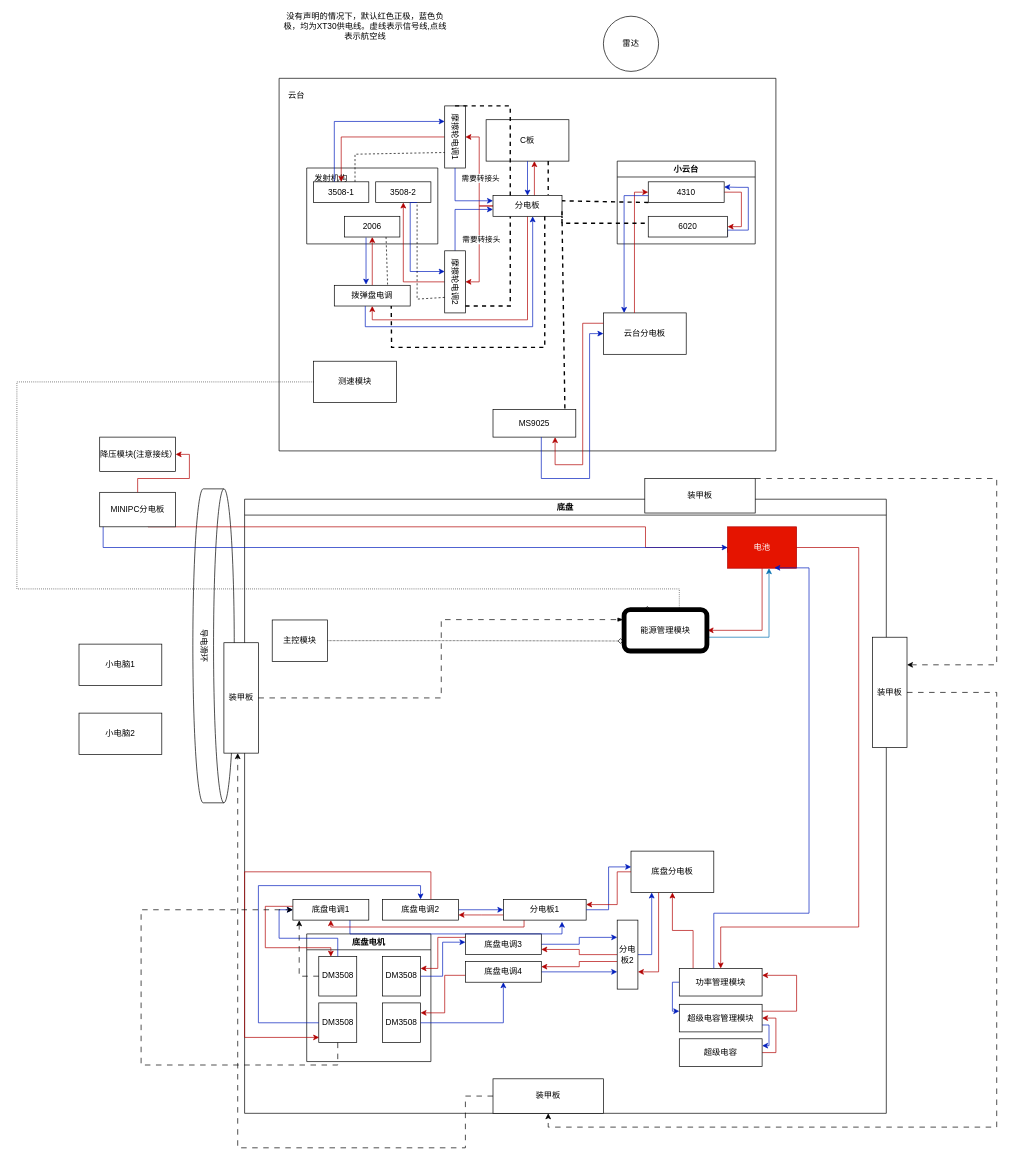
Above: 步兵接线图.drawio in moment-NEW/HDU_basic_framework (draw.io), before the change. Source tidied: cells renumbered, new cells numbered last; positions are measured from the earlier drawing's top-left corner, leaving out a move shared by most shapes. Both pictures are drawn from the tidied source at 69%, with x=0, y=0 at pixel (17, 16).
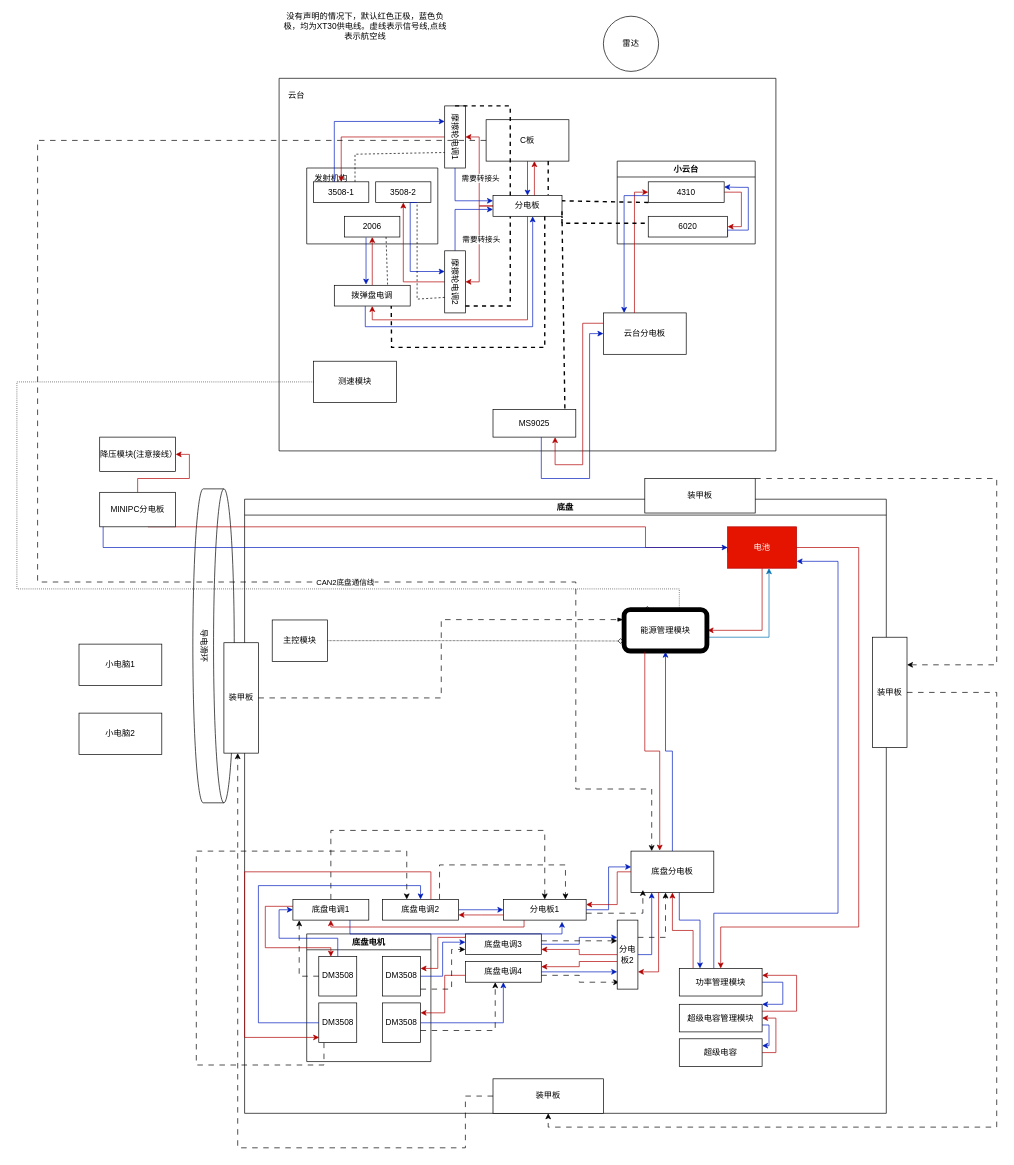
Above is the later version.

Commit message (it also covers changes not shown here):
更新步兵接线图.drawio

The change refers to these unchanged cells:
```xml
<mxCell id="5" value="C板" style="whiteSpace=wrap;html=1;" parent="3" vertex="1">
  <mxGeometry x="300" y="60" width="120" height="60" as="geometry" />
</mxCell>
<mxCell id="53" value="底盘" style="swimlane;whiteSpace=wrap;html=1;" parent="1" vertex="1">
  <mxGeometry x="330" y="700" width="930" height="890" as="geometry" />
</mxCell>
<mxCell id="56" value="电池" style="whiteSpace=wrap;html=1;fillColor=#e51400;fontColor=#ffffff;strokeColor=#B20000;" parent="53" vertex="1">
  <mxGeometry x="700" y="40" width="100" height="60" as="geometry" />
</mxCell>
<mxCell id="59" value="能源管理模块" style="rounded=1;whiteSpace=wrap;html=1;glass=0;strokeWidth=7;perimeterSpacing=1;" parent="53" vertex="1">
  <mxGeometry x="550" y="160" width="120" height="60" as="geometry" />
</mxCell>
<mxCell id="66" value="底盘分电板" style="whiteSpace=wrap;html=1;" parent="53" vertex="1">
  <mxGeometry x="560" y="510" width="120" height="60" as="geometry" />
</mxCell>
<mxCell id="72" value="DM3508" style="whiteSpace=wrap;html=1;" parent="70" vertex="1">
  <mxGeometry x="110" y="32.5" width="55" height="57.5" as="geometry" />
</mxCell>
<mxCell id="73" value="DM3508" style="whiteSpace=wrap;html=1;" parent="70" vertex="1">
  <mxGeometry x="17.5" y="100" width="55" height="57.5" as="geometry" />
</mxCell>
<mxCell id="74" value="DM3508" style="whiteSpace=wrap;html=1;" parent="70" vertex="1">
  <mxGeometry x="110" y="100" width="55" height="57.5" as="geometry" />
</mxCell>
<mxCell id="78" value="底盘电调4" style="whiteSpace=wrap;html=1;" parent="1" vertex="1">
  <mxGeometry x="650" y="1370" width="110" height="30" as="geometry" />
</mxCell>
<mxCell id="81" value="底盘电调3" style="whiteSpace=wrap;html=1;" parent="1" vertex="1">
  <mxGeometry x="650" y="1330" width="110" height="30" as="geometry" />
</mxCell>
<mxCell id="84" value="底盘电调1" style="whiteSpace=wrap;html=1;" parent="1" vertex="1">
  <mxGeometry x="400" y="1280" width="110" height="30" as="geometry" />
</mxCell>
<mxCell id="87" value="底盘电调2" style="whiteSpace=wrap;html=1;" parent="1" vertex="1">
  <mxGeometry x="530" y="1280" width="110" height="30" as="geometry" />
</mxCell>
<mxCell id="92" value="分电板2" style="whiteSpace=wrap;html=1;" parent="1" vertex="1">
  <mxGeometry x="870" y="1310" width="30" height="100" as="geometry" />
</mxCell>
<mxCell id="98" value="分电板1" style="whiteSpace=wrap;html=1;" parent="1" vertex="1">
  <mxGeometry x="705" y="1280" width="120" height="30" as="geometry" />
</mxCell>
<mxCell id="104" value="超级电容管理模块" style="whiteSpace=wrap;html=1;" parent="1" vertex="1">
  <mxGeometry x="960" y="1432" width="120" height="40" as="geometry" />
</mxCell>
<mxCell id="107" value="功率管理模块" style="rounded=0;whiteSpace=wrap;html=1;" parent="1" vertex="1">
  <mxGeometry x="960" y="1380" width="120" height="40" as="geometry" />
</mxCell>
```

Diff of the diagram source:
```diff
@@
+    <mxCell id="122" style="edgeStyle=orthogonalEdgeStyle;rounded=0;jettySize=auto;html=1;entryX=0.5;entryY=1;entryDx=0;entryDy=0;fillColor=#0050ef;strokeColor=#001DBC;" parent="53" edge="1" source="66" target="59">
+      <mxGeometry relative="1" as="geometry" />
+    </mxCell>
@@
+    <mxCell id="117" style="edgeStyle=orthogonalEdgeStyle;rounded=0;orthogonalLoop=1;jettySize=auto;html=1;entryX=0.5;entryY=0;entryDx=0;entryDy=0;dashed=1;dashPattern=8 8;" parent="53" edge="1">
+      <mxGeometry relative="1" as="geometry">
+        <mxPoint x="115" y="787.5" as="sourcePoint" />
+        <mxPoint x="235" y="580" as="targetPoint" />
+        <Array as="points">
+          <mxPoint x="115" y="820" />
+          <mxPoint x="-70" y="820" />
+          <mxPoint x="-70" y="510" />
+          <mxPoint x="235" y="510" />
+        </Array>
+      </mxGeometry>
+    </mxCell>
+    <mxCell id="123" style="edgeStyle=orthogonalEdgeStyle;rounded=0;jettySize=auto;html=1;entryX=0.347;entryY=-0.012;entryDx=0;entryDy=0;entryPerimeter=0;fillColor=#e51400;strokeColor=#B20000;" parent="53" edge="1" source="59" target="66">
+      <mxGeometry relative="1" as="geometry">
+        <Array as="points">
+          <mxPoint x="580" y="365" />
+          <mxPoint x="602" y="365" />
+        </Array>
+      </mxGeometry>
+    </mxCell>
@@
+    <mxCell id="124" style="edgeStyle=orthogonalEdgeStyle;rounded=0;jettySize=auto;html=1;entryX=0.096;entryY=0.9;entryDx=0;entryDy=0;entryPerimeter=0;dashed=1;dashPattern=8 8;" parent="1" edge="1" source="78" target="92">
+      <mxGeometry relative="1" as="geometry">
+        <Array as="points">
+          <mxPoint x="815" y="1390" />
+          <mxPoint x="815" y="1400" />
+        </Array>
+      </mxGeometry>
+    </mxCell>
@@
+    <mxCell id="125" style="edgeStyle=orthogonalEdgeStyle;rounded=0;jettySize=auto;html=1;entryX=0.5;entryY=0;entryDx=0;entryDy=0;exitX=0.5;exitY=0;exitDx=0;exitDy=0;dashed=1;dashPattern=8 8;" parent="1" edge="1" source="84" target="98">
+      <mxGeometry relative="1" as="geometry">
+        <Array as="points">
+          <mxPoint x="455" y="1180" />
+          <mxPoint x="765" y="1180" />
+        </Array>
+      </mxGeometry>
+    </mxCell>
@@
+    <mxCell id="126" style="edgeStyle=orthogonalEdgeStyle;rounded=0;jettySize=auto;html=1;entryX=0.75;entryY=0;entryDx=0;entryDy=0;exitX=0.75;exitY=0;exitDx=0;exitDy=0;dashed=1;dashPattern=8 8;" parent="1" edge="1" source="87" target="98">
+      <mxGeometry relative="1" as="geometry">
+        <Array as="points">
+          <mxPoint x="612" y="1230" />
+          <mxPoint x="795" y="1230" />
+        </Array>
+      </mxGeometry>
+    </mxCell>
@@
+    <mxCell id="106" style="edgeStyle=orthogonalEdgeStyle;rounded=0;jettySize=auto;html=1;entryX=0.5;entryY=1;entryDx=0;entryDy=0;fillColor=#e51400;strokeColor=#B20000;" parent="1" edge="1" source="107" target="66">
+      <mxGeometry relative="1" as="geometry">
+        <Array as="points">
+          <mxPoint x="980" y="1325" />
+          <mxPoint x="950" y="1325" />
+        </Array>
+      </mxGeometry>
+    </mxCell>
-    <mxCell id="105" style="edgeStyle=orthogonalEdgeStyle;rounded=0;jettySize=auto;html=1;entryX=0;entryY=0.25;entryDx=0;entryDy=0;fillColor=#0050ef;strokeColor=#001DBC;" parent="1" edge="1" source="107" target="104">
+    <mxCell id="105" style="edgeStyle=orthogonalEdgeStyle;rounded=0;jettySize=auto;html=1;entryX=1;entryY=0;entryDx=0;entryDy=0;exitX=1;exitY=0.5;exitDx=0;exitDy=0;fillColor=#0050ef;strokeColor=#001DBC;" parent="1" edge="1" source="107" target="104">
       <mxGeometry relative="1" as="geometry">
         <Array as="points">
-          <mxPoint x="950" y="1400" />
-          <mxPoint x="950" y="1442" />
+          <mxPoint x="1110" y="1400" />
+          <mxPoint x="1110" y="1432" />
         </Array>
       </mxGeometry>
     </mxCell>
-    <mxCell id="106" style="edgeStyle=orthogonalEdgeStyle;rounded=0;jettySize=auto;html=1;entryX=0.5;entryY=1;entryDx=0;entryDy=0;fillColor=#e51400;strokeColor=#B20000;" parent="1" edge="1" source="107" target="66">
-      <mxGeometry relative="1" as="geometry">
-        <Array as="points">
-          <mxPoint x="980" y="1325" />
-          <mxPoint x="950" y="1325" />
-        </Array>
-      </mxGeometry>
-    </mxCell>
@@
-    <mxCell id="111" style="edgeStyle=orthogonalEdgeStyle;rounded=0;jettySize=auto;html=1;entryX=0.677;entryY=0.991;entryDx=0;entryDy=0;entryPerimeter=0;fillColor=#0050ef;strokeColor=#001DBC;" parent="1" edge="1" source="107" target="56">
+    <mxCell id="111" style="edgeStyle=orthogonalEdgeStyle;rounded=0;jettySize=auto;html=1;fillColor=#0050ef;strokeColor=#001DBC;" parent="1" edge="1" source="107">
       <mxGeometry relative="1" as="geometry">
+        <mxPoint x="1130" y="790" as="targetPoint" />
         <Array as="points">
           <mxPoint x="1010" y="1300" />
-          <mxPoint x="1148" y="1300" />
+          <mxPoint x="1190" y="1300" />
+          <mxPoint x="1190" y="790" />
+          <mxPoint x="1130" y="790" />
         </Array>
       </mxGeometry>
     </mxCell>
@@
-    <mxCell id="117" style="edgeStyle=orthogonalEdgeStyle;rounded=0;jettySize=auto;html=1;entryX=0;entryY=0.5;entryDx=0;entryDy=0;dashed=1;dashPattern=8 8;" parent="1" edge="1" source="73" target="84">
-      <mxGeometry relative="1" as="geometry">
-        <Array as="points">
-          <mxPoint x="465" y="1520" />
-          <mxPoint x="180" y="1520" />
-          <mxPoint x="180" y="1295" />
-        </Array>
-      </mxGeometry>
-    </mxCell>
@@
+    <mxCell id="127" style="edgeStyle=orthogonalEdgeStyle;rounded=0;jettySize=auto;html=1;fillColor=#0050ef;strokeColor=#001DBC;" parent="1" edge="1" source="66">
+      <mxGeometry relative="1" as="geometry">
+        <mxPoint x="990" y="1380" as="targetPoint" />
+        <Array as="points">
+          <mxPoint x="960" y="1310" />
+          <mxPoint x="990" y="1310" />
+        </Array>
+      </mxGeometry>
+    </mxCell>
+    <mxCell id="128" style="edgeStyle=orthogonalEdgeStyle;rounded=0;jettySize=auto;html=1;entryX=0;entryY=0.75;entryDx=0;entryDy=0;dashed=1;dashPattern=8 8;" parent="1" edge="1" source="72" target="81">
+      <mxGeometry relative="1" as="geometry">
+        <Array as="points">
+          <mxPoint x="630" y="1410" />
+          <mxPoint x="630" y="1352" />
+        </Array>
+      </mxGeometry>
+    </mxCell>
+    <mxCell id="129" style="edgeStyle=orthogonalEdgeStyle;rounded=0;jettySize=auto;html=1;entryX=0.393;entryY=1;entryDx=0;entryDy=0;entryPerimeter=0;dashed=1;dashPattern=8 8;" parent="1" edge="1" source="74" target="78">
+      <mxGeometry relative="1" as="geometry">
+        <Array as="points">
+          <mxPoint x="693" y="1470" />
+        </Array>
+      </mxGeometry>
+    </mxCell>
+    <mxCell id="130" style="edgeStyle=orthogonalEdgeStyle;rounded=0;jettySize=auto;html=1;dashed=1;dashPattern=8 8;" parent="1" edge="1" source="81" target="92">
+      <mxGeometry relative="1" as="geometry">
+        <Array as="points">
+          <mxPoint x="790" y="1340" />
+          <mxPoint x="790" y="1340" />
+        </Array>
+      </mxGeometry>
+    </mxCell>
+    <mxCell id="131" style="edgeStyle=orthogonalEdgeStyle;rounded=0;jettySize=auto;html=1;entryX=0.143;entryY=0.938;entryDx=0;entryDy=0;entryPerimeter=0;dashed=1;dashPattern=8 8;" parent="1" edge="1" source="98" target="66">
+      <mxGeometry relative="1" as="geometry">
+        <Array as="points">
+          <mxPoint x="907" y="1300" />
+        </Array>
+      </mxGeometry>
+    </mxCell>
+    <mxCell id="132" style="edgeStyle=orthogonalEdgeStyle;rounded=0;jettySize=auto;html=1;entryX=0.417;entryY=1;entryDx=0;entryDy=0;entryPerimeter=0;exitX=1;exitY=0.25;exitDx=0;exitDy=0;dashed=1;dashPattern=8 8;" parent="1" edge="1" source="92" target="66">
+      <mxGeometry relative="1" as="geometry" />
+    </mxCell>
+    <mxCell id="133" style="edgeStyle=orthogonalEdgeStyle;rounded=0;jettySize=auto;html=1;entryX=0.25;entryY=0;entryDx=0;entryDy=0;dashed=1;dashPattern=8 8;" parent="1" edge="1" source="5" target="66">
+      <mxGeometry relative="1" as="geometry">
+        <Array as="points">
+          <mxPoint x="30" y="180" />
+          <mxPoint x="30" y="820" />
+          <mxPoint x="810" y="820" />
+          <mxPoint x="810" y="1120" />
+          <mxPoint x="920" y="1120" />
+        </Array>
+      </mxGeometry>
+    </mxCell>
+    <mxCell id="134" value="CAN2底盘通信线" style="edgeLabel;html=1;align=center;verticalAlign=middle;" parent="133" vertex="1">
+      <mxGeometry x="0.35" relative="1" as="geometry" />
+    </mxCell>
```
